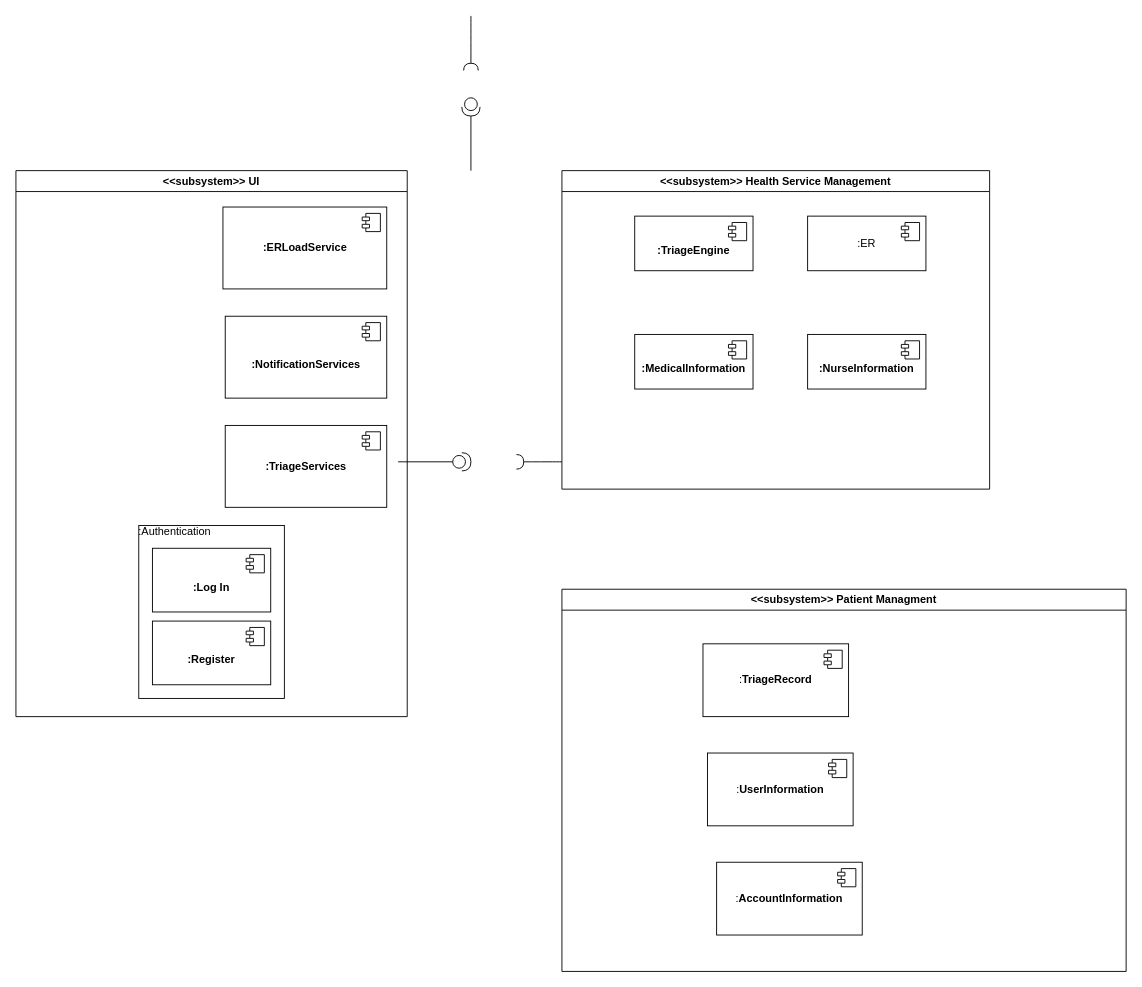
Before: Usecases/C&C.drawio in uvic-teach/project-m1-team8, a draw.io diagram. Source tidied: cells renumbered, new cells numbered last; positions are measured from the earlier drawing's top-left corner, leaving out a move shared by most shapes. Both pictures are drawn from the tidied source at 91%, with x=0, y=0 at pixel (15, 15).
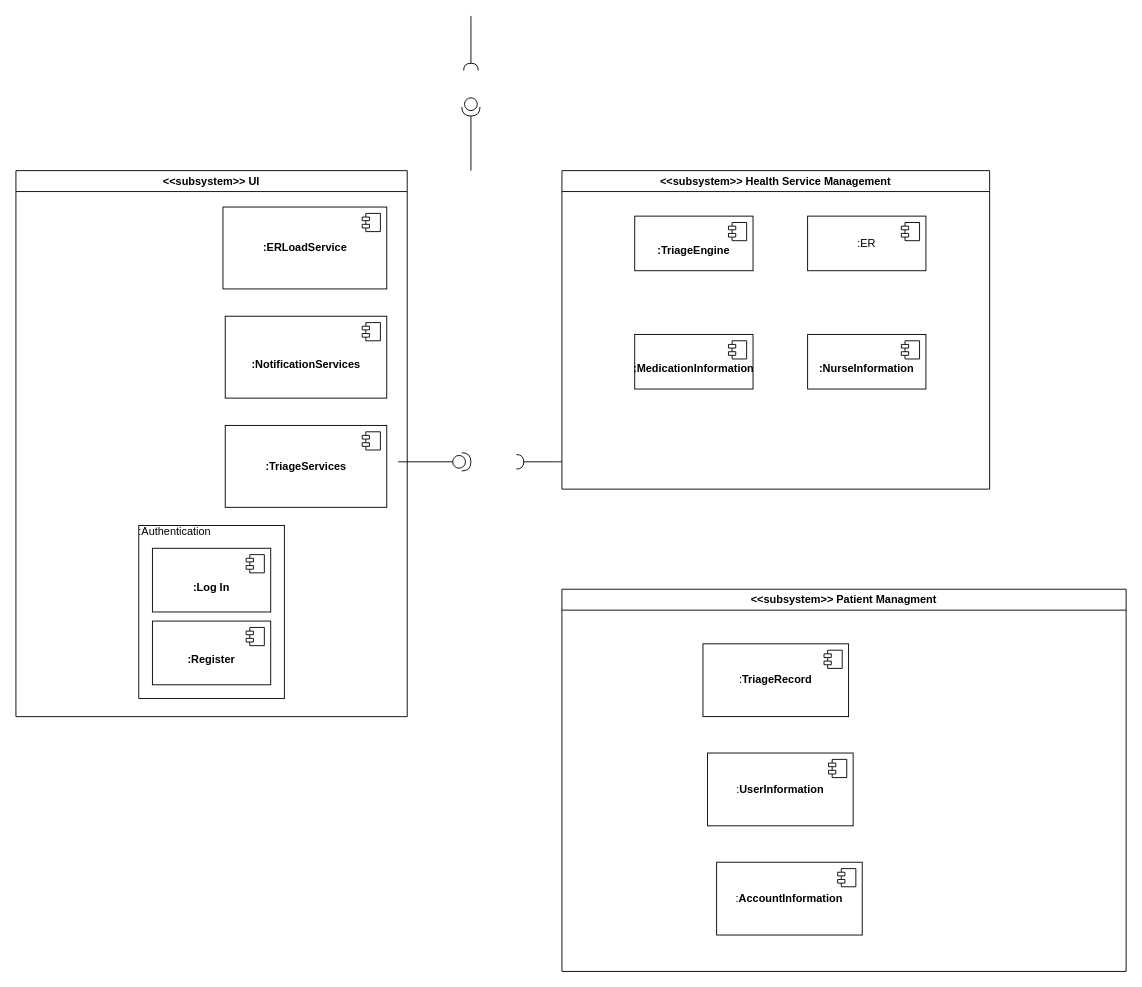
The same page after the edit.

The change refers to these unchanged cells:
```xml
<mxCell id="15" value="&amp;lt;&amp;lt;subsystem&amp;gt;&amp;gt; Health Service Management" style="swimlane;whiteSpace=wrap;html=1;" parent="1" vertex="1">
  <mxGeometry x="600" y="170" width="470" height="350" as="geometry" />
</mxCell>
```

Diff of the diagram source:
```diff
@@
-    <mxCell id="22" value="&lt;br&gt;&lt;b&gt;:MedicalInformation&lt;/b&gt;" style="html=1;whiteSpace=wrap;" parent="15" vertex="1">
+    <mxCell id="22" value="&lt;br&gt;&lt;b&gt;:MedicationInformation&lt;/b&gt;" style="html=1;whiteSpace=wrap;" parent="15" vertex="1">
       <mxGeometry x="80" y="180" width="130" height="60" as="geometry" />
     </mxCell>
```
